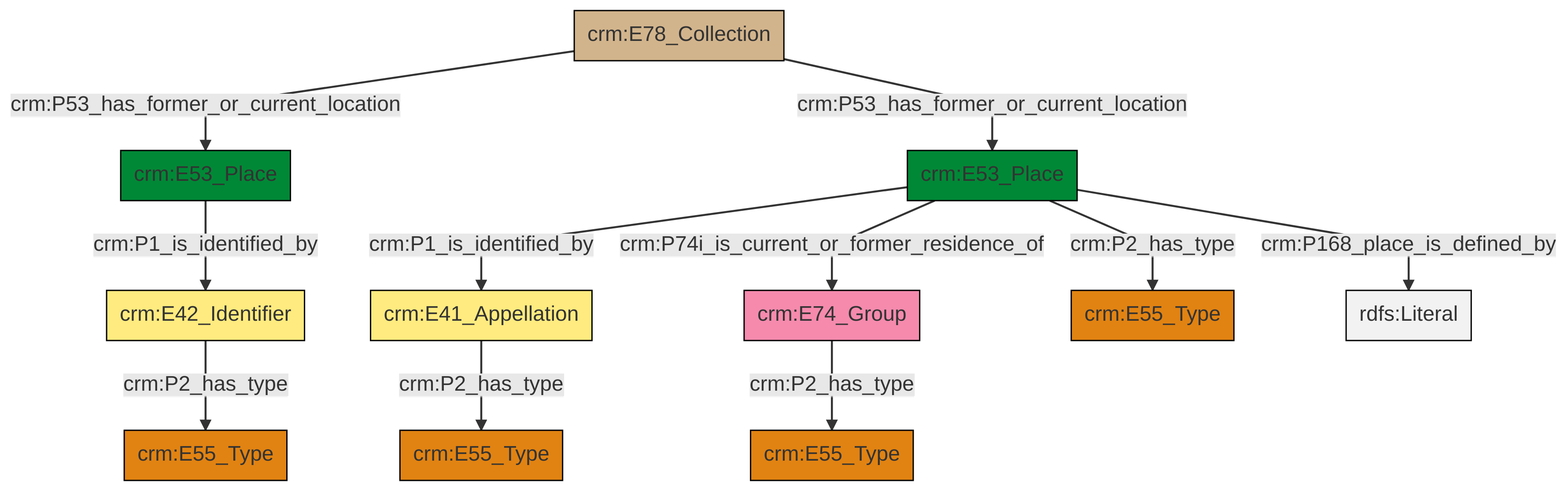
swiss-art-research-net/docs.swissartresearch keeps this Mermaid diagram as et/archivalCSV/ttl/mmd/png/archival_location.png. Above is the earlier version. Its source is kept beside it as et/archivalCSV/ttl/mmd/archival_location.ttl.mmd.
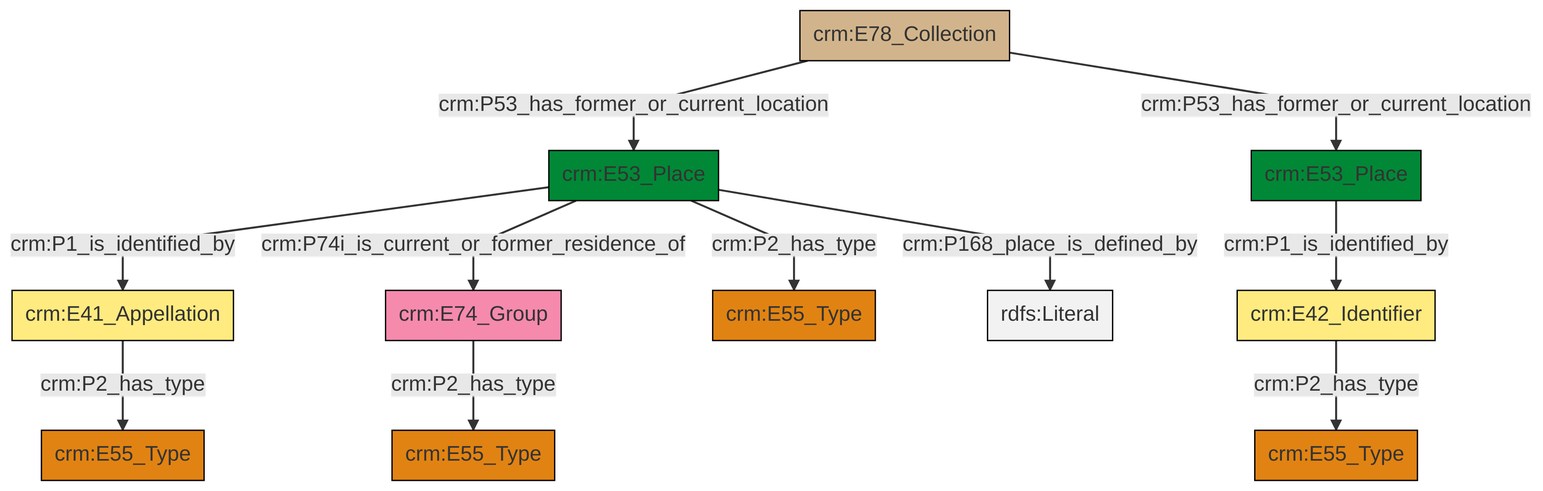
Later version of the same file.

Change to the diagram source:
```diff
@@ -13,13 +13,13 @@
 classDef PC_Classes fill:#4ce600, stroke:#000000;
 classDef Multi fill:#cccccc,stroke:#000000;
 
-2["crm:E53_Place"]:::Place -->|crm:P1_is_identified_by| 3["crm:E41_Appellation"]:::Appellation
-3["crm:E41_Appellation"]:::Appellation -->|crm:P2_has_type| 10["crm:E55_Type"]:::Type
-4["crm:E74_Group"]:::Actor -->|crm:P2_has_type| 14["crm:E55_Type"]:::Type
-0["crm:E42_Identifier"]:::Appellation -->|crm:P2_has_type| 17["crm:E55_Type"]:::Type
-11["crm:E53_Place"]:::Place -->|crm:P1_is_identified_by| 0["crm:E42_Identifier"]:::Appellation
-2["crm:E53_Place"]:::Place -->|crm:P2_has_type| 6["crm:E55_Type"]:::Type
-2["crm:E53_Place"]:::Place -->|crm:P74i_is_current_or_former_residence_of| 4["crm:E74_Group"]:::Actor
-8["crm:E78_Collection"]:::Physical_Thing -->|crm:P53_has_former_or_current_location| 11["crm:E53_Place"]:::Place
-8["crm:E78_Collection"]:::Physical_Thing -->|crm:P53_has_former_or_current_location| 2["crm:E53_Place"]:::Place
-2["crm:E53_Place"]:::Place -->|crm:P168_place_is_defined_by| 23[rdfs:Literal]:::Literal
+4["crm:E41_Appellation"]:::Appellation -->|crm:P2_has_type| 5["crm:E55_Type"]:::Type
+10["crm:E74_Group"]:::Actor -->|crm:P2_has_type| 11["crm:E55_Type"]:::Type
+12["crm:E53_Place"]:::Place -->|crm:P1_is_identified_by| 4["crm:E41_Appellation"]:::Appellation
+0["crm:E42_Identifier"]:::Appellation -->|crm:P2_has_type| 2["crm:E55_Type"]:::Type
+12["crm:E53_Place"]:::Place -->|crm:P74i_is_current_or_former_residence_of| 10["crm:E74_Group"]:::Actor
+16["crm:E78_Collection"]:::Physical_Thing -->|crm:P53_has_former_or_current_location| 12["crm:E53_Place"]:::Place
+12["crm:E53_Place"]:::Place -->|crm:P2_has_type| 6["crm:E55_Type"]:::Type
+16["crm:E78_Collection"]:::Physical_Thing -->|crm:P53_has_former_or_current_location| 13["crm:E53_Place"]:::Place
+12["crm:E53_Place"]:::Place -->|crm:P168_place_is_defined_by| 23[rdfs:Literal]:::Literal
+13["crm:E53_Place"]:::Place -->|crm:P1_is_identified_by| 0["crm:E42_Identifier"]:::Appellation
```
